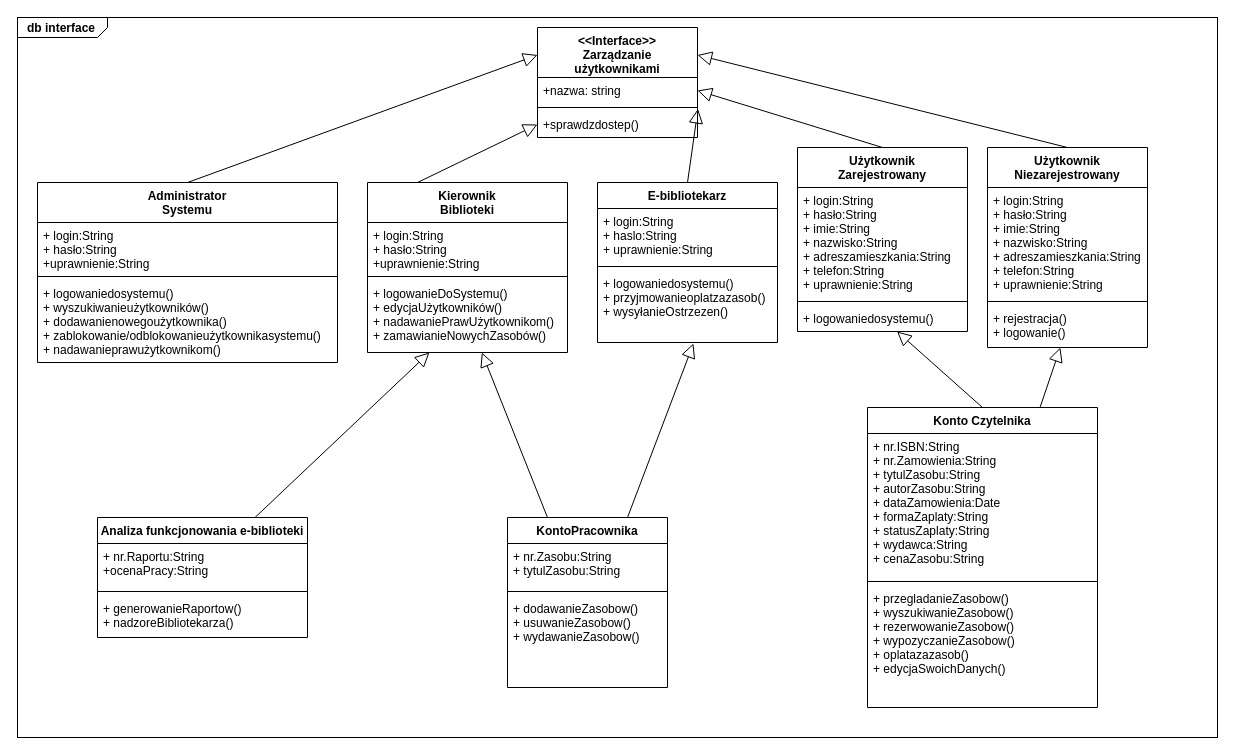
Earlier version of the draw.io diagram najwiekszydiagram.drawio (tidas022/pl13ti3c). Source tidied: cells renumbered, new cells numbered last; positions are measured from the earlier drawing's top-left corner, leaving out a move shared by most shapes. Both pictures are drawn from the tidied source at 100%, with x=0, y=0 at pixel (17, 17).
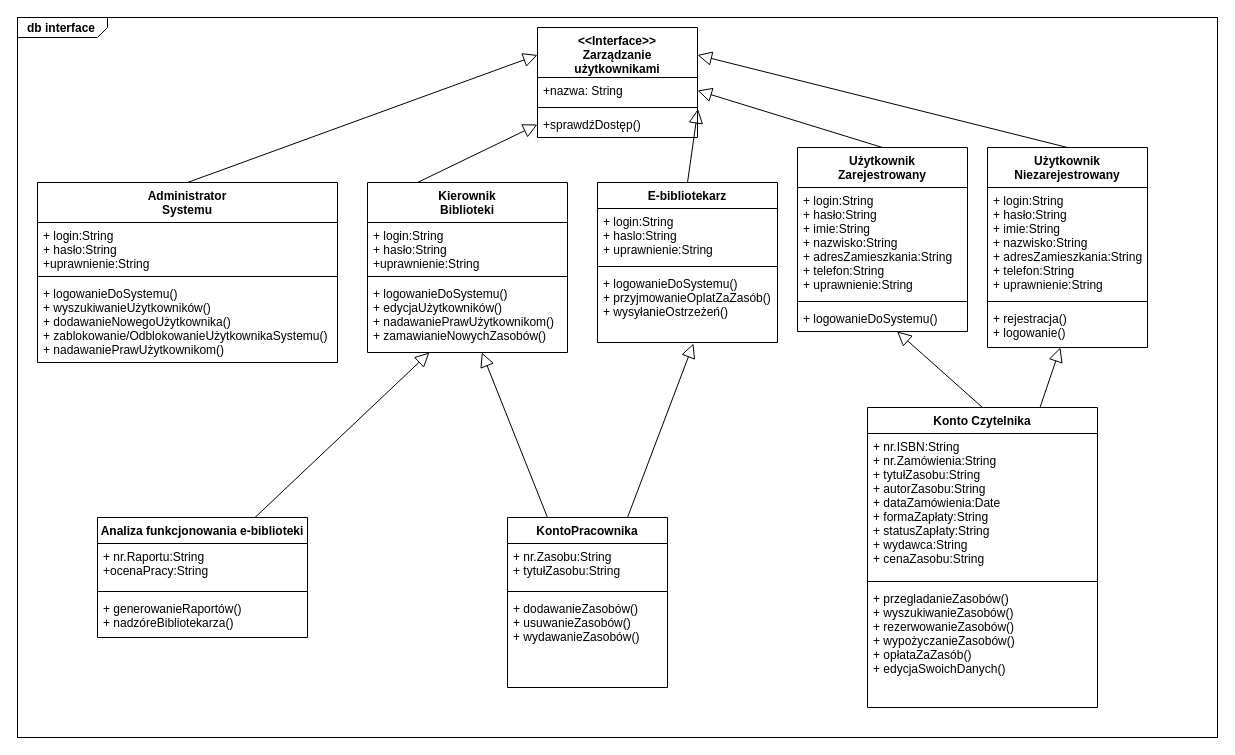
The same page after the edit.

Unchanged cells that the change refers to:
```xml
<mxCell id="3" value="&lt;&lt;Interface&gt;&gt;&#10;Zarządzanie&#10;użytkownikami" style="swimlane;fontStyle=1;align=center;verticalAlign=top;horizontal=1;startSize=50;" parent="1" vertex="1">
  <mxGeometry x="520" y="10" width="160" height="110" as="geometry" />
</mxCell>
<mxCell id="7" value="Użytkownik&#10;Zarejestrowany" style="swimlane;fontStyle=1;align=center;verticalAlign=top;horizontal=1;startSize=40;" parent="1" vertex="1">
  <mxGeometry x="780" y="130" width="170" height="184" as="geometry" />
</mxCell>
<mxCell id="11" value="Administrator&#10;Systemu" style="swimlane;fontStyle=1;align=center;verticalAlign=top;horizontal=1;startSize=40;" parent="1" vertex="1">
  <mxGeometry x="20" y="165" width="300" height="180" as="geometry" />
</mxCell>
<mxCell id="15" value="Analiza funkcjonowania e-biblioteki" style="swimlane;fontStyle=1;align=center;verticalAlign=top;horizontal=1;startSize=26;" parent="1" vertex="1">
  <mxGeometry x="80" y="500" width="210" height="120" as="geometry" />
</mxCell>
<mxCell id="19" value="Konto Czytelnika" style="swimlane;fontStyle=1;align=center;verticalAlign=top;horizontal=1;startSize=26;" parent="1" vertex="1">
  <mxGeometry x="850" y="390" width="230" height="300" as="geometry" />
</mxCell>
<mxCell id="23" value="E-bibliotekarz" style="swimlane;fontStyle=1;align=center;verticalAlign=top;horizontal=1;startSize=26;" parent="1" vertex="1">
  <mxGeometry x="580" y="165" width="180" height="160" as="geometry" />
</mxCell>
<mxCell id="27" value="Użytkownik&#10;Niezarejestrowany" style="swimlane;fontStyle=1;align=center;verticalAlign=top;horizontal=1;startSize=40;" parent="1" vertex="1">
  <mxGeometry x="970" y="130" width="160" height="200" as="geometry" />
</mxCell>
<mxCell id="35" value="KontoPracownika" style="swimlane;fontStyle=1;align=center;verticalAlign=top;horizontal=1;startSize=26;" parent="1" vertex="1">
  <mxGeometry x="490" y="500" width="160" height="170" as="geometry" />
</mxCell>
```

Change to the diagram source:
```diff
@@
-    <mxCell id="4" value="+nazwa: string" style="text;strokeColor=none;fillColor=none;align=left;verticalAlign=top;spacingLeft=4;spacingRight=4;overflow=hidden;points=[[0,0.5],[1,0.5]];portConstraint=eastwest;" parent="3" vertex="1">
+    <mxCell id="4" value="+nazwa: String" style="text;strokeColor=none;fillColor=none;align=left;verticalAlign=top;spacingLeft=4;spacingRight=4;overflow=hidden;points=[[0,0.5],[1,0.5]];portConstraint=eastwest;" parent="3" vertex="1">
       <mxGeometry y="50" width="160" height="26" as="geometry" />
     </mxCell>
@@
-    <mxCell id="6" value="+sprawdzdostep()" style="text;strokeColor=none;fillColor=none;align=left;verticalAlign=top;spacingLeft=4;spacingRight=4;overflow=hidden;points=[[0,0.5],[1,0.5]];portConstraint=eastwest;" parent="3" vertex="1">
+    <mxCell id="6" value="+sprawdźDostęp()" style="text;strokeColor=none;fillColor=none;align=left;verticalAlign=top;spacingLeft=4;spacingRight=4;overflow=hidden;points=[[0,0.5],[1,0.5]];portConstraint=eastwest;" parent="3" vertex="1">
       <mxGeometry y="84" width="160" height="26" as="geometry" />
     </mxCell>
@@
-    <mxCell id="8" value="+ login:String&#10;+ hasło:String&#10;+ imie:String&#10;+ nazwisko:String&#10;+ adreszamieszkania:String&#10;+ telefon:String&#10;+ uprawnienie:String" style="text;strokeColor=none;fillColor=none;align=left;verticalAlign=top;spacingLeft=4;spacingRight=4;overflow=hidden;" parent="7" vertex="1">
+    <mxCell id="8" value="+ login:String&#10;+ hasło:String&#10;+ imie:String&#10;+ nazwisko:String&#10;+ adresZamieszkania:String&#10;+ telefon:String&#10;+ uprawnienie:String" style="text;strokeColor=none;fillColor=none;align=left;verticalAlign=top;spacingLeft=4;spacingRight=4;overflow=hidden;" parent="7" vertex="1">
       <mxGeometry y="40" width="170" height="110" as="geometry" />
     </mxCell>
@@
-    <mxCell id="10" value="+ logowaniedosystemu()" style="text;strokeColor=none;fillColor=none;align=left;verticalAlign=top;spacingLeft=4;spacingRight=4;overflow=hidden;points=[[0,0.5],[1,0.5]];portConstraint=eastwest;" parent="7" vertex="1">
+    <mxCell id="10" value="+ logowanieDoSystemu()" style="text;strokeColor=none;fillColor=none;align=left;verticalAlign=top;spacingLeft=4;spacingRight=4;overflow=hidden;points=[[0,0.5],[1,0.5]];portConstraint=eastwest;" parent="7" vertex="1">
       <mxGeometry y="158" width="170" height="26" as="geometry" />
     </mxCell>
@@
-    <mxCell id="14" value="+ logowaniedosystemu()&#10;+ wyszukiwanieużytkowników()&#10;+ dodawanienowegoużytkownika()&#10;+ zablokowanie/odblokowanieużytkownikasystemu()&#10;+ nadawanieprawużytkownikom()" style="text;strokeColor=none;fillColor=none;align=left;verticalAlign=top;spacingLeft=4;spacingRight=4;overflow=hidden;" parent="11" vertex="1">
+    <mxCell id="14" value="+ logowanieDoSystemu()&#10;+ wyszukiwanieUżytkowników()&#10;+ dodawanieNowegoUżytkownika()&#10;+ zablokowanie/OdblokowanieUżytkownikaSystemu()&#10;+ nadawaniePrawUżytkownikom()" style="text;strokeColor=none;fillColor=none;align=left;verticalAlign=top;spacingLeft=4;spacingRight=4;overflow=hidden;" parent="11" vertex="1">
       <mxGeometry y="98" width="300" height="82" as="geometry" />
     </mxCell>
@@
-    <mxCell id="18" value="+ generowanieRaportow()&#10;+ nadzoreBibliotekarza()" style="text;strokeColor=none;fillColor=none;align=left;verticalAlign=top;spacingLeft=4;spacingRight=4;overflow=hidden;" parent="15" vertex="1">
+    <mxCell id="18" value="+ generowanieRaportów()&#10;+ nadzóreBibliotekarza()" style="text;strokeColor=none;fillColor=none;align=left;verticalAlign=top;spacingLeft=4;spacingRight=4;overflow=hidden;" parent="15" vertex="1">
       <mxGeometry y="78" width="210" height="42" as="geometry" />
     </mxCell>
@@
-    <mxCell id="20" value="+ nr.ISBN:String&#10;+ nr.Zamowienia:String&#10;+ tytulZasobu:String&#10;+ autorZasobu:String&#10;+ dataZamowienia:Date&#10;+ formaZaplaty:String&#10;+ statusZaplaty:String&#10;+ wydawca:String&#10;+ cenaZasobu:String" style="text;strokeColor=none;fillColor=none;align=left;verticalAlign=top;spacingLeft=4;spacingRight=4;overflow=hidden;" parent="19" vertex="1">
+    <mxCell id="20" value="+ nr.ISBN:String&#10;+ nr.Zamówienia:String&#10;+ tytułZasobu:String&#10;+ autorZasobu:String&#10;+ dataZamówienia:Date&#10;+ formaZapłaty:String&#10;+ statusZapłaty:String&#10;+ wydawca:String&#10;+ cenaZasobu:String" style="text;strokeColor=none;fillColor=none;align=left;verticalAlign=top;spacingLeft=4;spacingRight=4;overflow=hidden;" parent="19" vertex="1">
       <mxGeometry y="26" width="230" height="144" as="geometry" />
     </mxCell>
@@
-    <mxCell id="22" value="+ przegladanieZasobow()&#10;+ wyszukiwanieZasobow()&#10;+ rezerwowanieZasobow()&#10;+ wypozyczanieZasobow()&#10;+ oplatazazasob()&#10;+ edycjaSwoichDanych()" style="text;strokeColor=none;fillColor=none;align=left;verticalAlign=top;spacingLeft=4;spacingRight=4;overflow=hidden;" parent="19" vertex="1">
+    <mxCell id="22" value="+ przegladanieZasobów()&#10;+ wyszukiwanieZasobów()&#10;+ rezerwowanieZasobów()&#10;+ wypożyczanieZasobów()&#10;+ opłataZaZasób()&#10;+ edycjaSwoichDanych()" style="text;strokeColor=none;fillColor=none;align=left;verticalAlign=top;spacingLeft=4;spacingRight=4;overflow=hidden;" parent="19" vertex="1">
       <mxGeometry y="178" width="230" height="122" as="geometry" />
     </mxCell>
@@
-    <mxCell id="26" value="+ logowaniedosystemu()&#10;+ przyjmowanieoplatzazasob()&#10;+ wysyłanieOstrzezen()" style="text;strokeColor=none;fillColor=none;align=left;verticalAlign=top;spacingLeft=4;spacingRight=4;overflow=hidden;points=[[0,0.5],[1,0.5]];portConstraint=eastwest;" parent="23" vertex="1">
+    <mxCell id="26" value="+ logowanieDoSystemu()&#10;+ przyjmowanieOplatZaZasób()&#10;+ wysyłanieOstrzeżeń()" style="text;strokeColor=none;fillColor=none;align=left;verticalAlign=top;spacingLeft=4;spacingRight=4;overflow=hidden;points=[[0,0.5],[1,0.5]];portConstraint=eastwest;" parent="23" vertex="1">
       <mxGeometry y="88" width="180" height="72" as="geometry" />
     </mxCell>
@@
-    <mxCell id="28" value="+ login:String&#10;+ hasło:String&#10;+ imie:String&#10;+ nazwisko:String&#10;+ adreszamieszkania:String&#10;+ telefon:String&#10;+ uprawnienie:String" style="text;strokeColor=none;fillColor=none;align=left;verticalAlign=top;spacingLeft=4;spacingRight=4;overflow=hidden;" parent="27" vertex="1">
+    <mxCell id="28" value="+ login:String&#10;+ hasło:String&#10;+ imie:String&#10;+ nazwisko:String&#10;+ adresZamieszkania:String&#10;+ telefon:String&#10;+ uprawnienie:String" style="text;strokeColor=none;fillColor=none;align=left;verticalAlign=top;spacingLeft=4;spacingRight=4;overflow=hidden;" parent="27" vertex="1">
       <mxGeometry y="40" width="160" height="110" as="geometry" />
     </mxCell>
@@
-    <mxCell id="36" value="+ nr.Zasobu:String&#10;+ tytulZasobu:String" style="text;strokeColor=none;fillColor=none;align=left;verticalAlign=top;spacingLeft=4;spacingRight=4;overflow=hidden;" parent="35" vertex="1">
+    <mxCell id="36" value="+ nr.Zasobu:String&#10;+ tytułZasobu:String" style="text;strokeColor=none;fillColor=none;align=left;verticalAlign=top;spacingLeft=4;spacingRight=4;overflow=hidden;" parent="35" vertex="1">
       <mxGeometry y="26" width="160" height="44" as="geometry" />
     </mxCell>
@@
-    <mxCell id="38" value="+ dodawanieZasobow()&#10;+ usuwanieZasobow()&#10;+ wydawanieZasobow()" style="text;strokeColor=none;fillColor=none;align=left;verticalAlign=top;spacingLeft=4;spacingRight=4;overflow=hidden;" parent="35" vertex="1">
+    <mxCell id="38" value="+ dodawanieZasobów()&#10;+ usuwanieZasobów()&#10;+ wydawanieZasobów()" style="text;strokeColor=none;fillColor=none;align=left;verticalAlign=top;spacingLeft=4;spacingRight=4;overflow=hidden;" parent="35" vertex="1">
       <mxGeometry y="78" width="160" height="92" as="geometry" />
     </mxCell>
```
